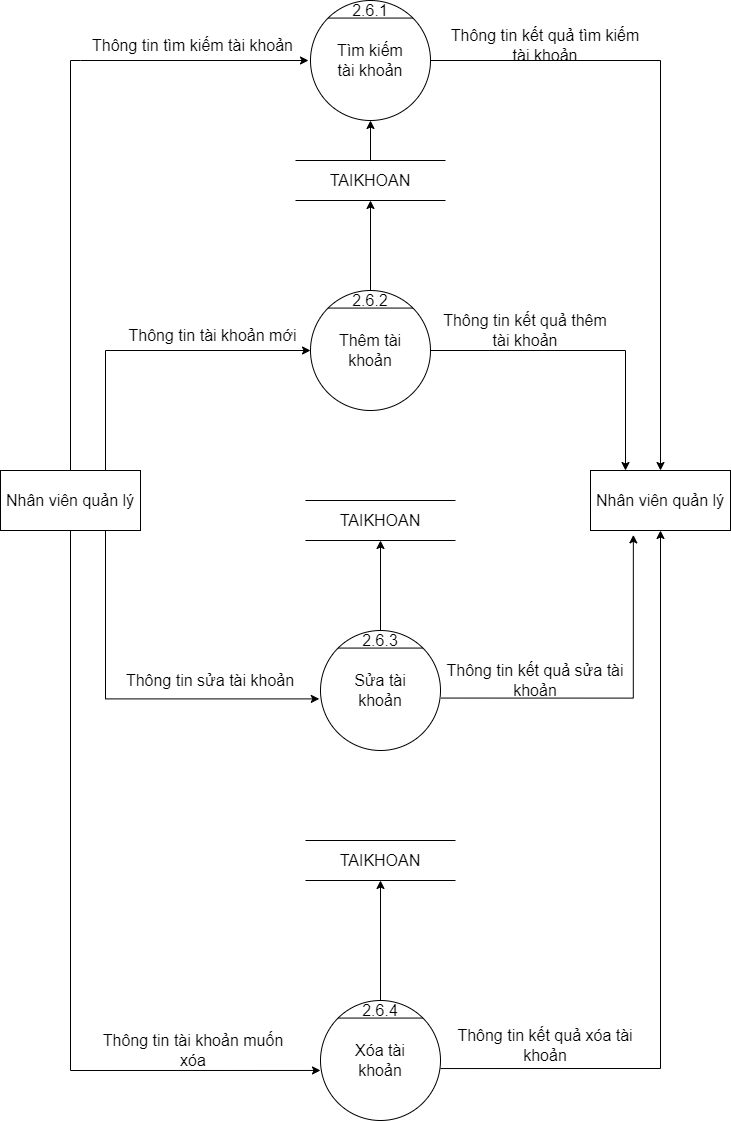
Above: BFD&DFD/BFD&DFD mức 0, 1, 2, 3/DFD_2_Account.png in hungtadasuke/CoffeShop_SoftwareTechnology (draw.io), before the change. Source tidied: cells renumbered, new cells last; positions are measured from the earlier drawing's top-left corner, leaving out a move shared by most shapes.
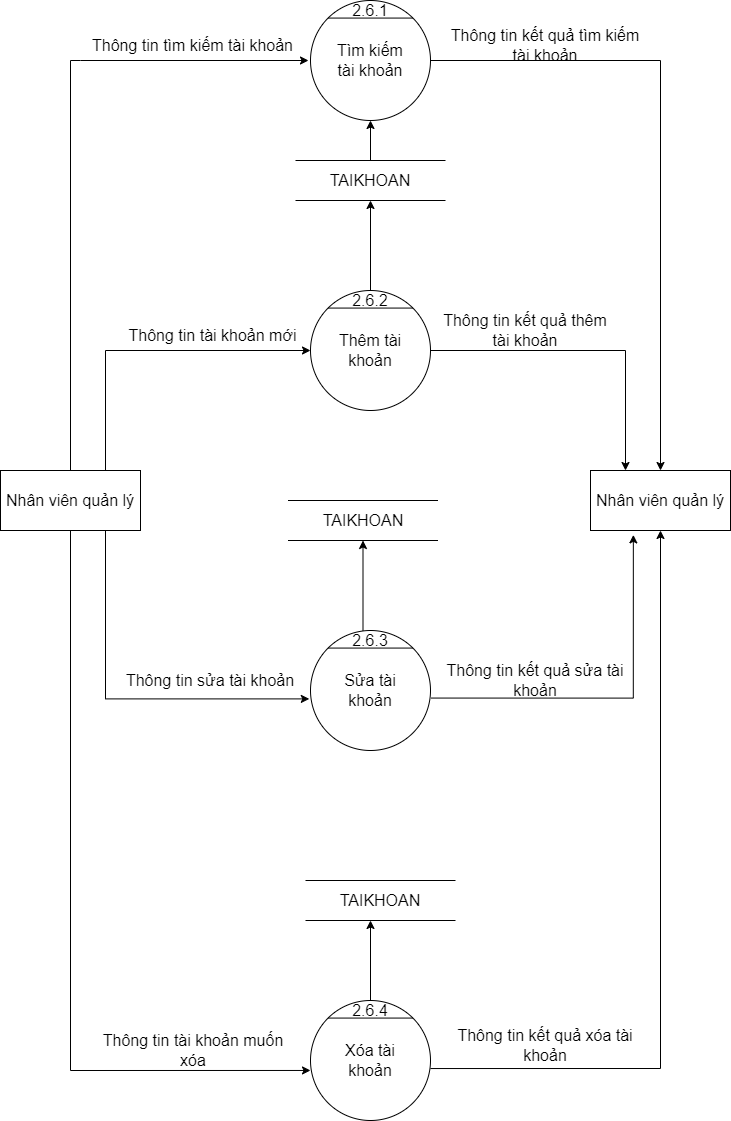
After the change.

Diff of the diagram source:
```diff
@@ -21,13 +21,13 @@
       <mxGeometry x="330" y="335" width="80" height="30" as="geometry" />
     </mxCell>
     <mxCell id="8" style="ellipse;whiteSpace=wrap;html=1;fontSize=16;" parent="1" vertex="1">
-      <mxGeometry x="320" y="630" width="120" height="120" as="geometry" />
+      <mxGeometry x="310" y="630" width="120" height="120" as="geometry" />
     </mxCell>
     <mxCell id="9" style="endArrow=none;html=1;rounded=0;exitX=0;exitY=0;exitDx=0;exitDy=0;entryX=1;entryY=0;entryDx=0;entryDy=0;fontSize=16;" parent="1" edge="1" source="8" target="8">
       <mxGeometry relative="1" as="geometry" />
     </mxCell>
     <mxCell id="10" value="&lt;font style=&quot;font-size: 16px&quot;&gt;Sửa tài khoản&lt;/font&gt;" style="text;html=1;strokeColor=none;fillColor=none;align=center;verticalAlign=middle;whiteSpace=wrap;rounded=0;fontSize=16;" parent="1" vertex="1">
-      <mxGeometry x="340" y="675" width="80" height="30" as="geometry" />
+      <mxGeometry x="330" y="675" width="80" height="30" as="geometry" />
     </mxCell>
     <mxCell id="11" value="Nhân viên quản lý" style="rounded=0;whiteSpace=wrap;html=1;fontSize=16;" parent="1" vertex="1">
       <mxGeometry y="470" width="140" height="60" as="geometry" />
@@ -42,7 +42,7 @@
       <mxGeometry x="350" y="290" width="40" height="20" as="geometry" />
     </mxCell>
     <mxCell id="15" value="&lt;font style=&quot;font-size: 16px&quot;&gt;2.6.3&lt;/font&gt;" style="text;html=1;strokeColor=none;fillColor=none;align=center;verticalAlign=middle;whiteSpace=wrap;rounded=0;" parent="1" vertex="1">
-      <mxGeometry x="350" y="630" width="60" height="20" as="geometry" />
+      <mxGeometry x="340" y="630" width="60" height="20" as="geometry" />
     </mxCell>
     <mxCell id="16" style="edgeStyle=segmentEdgeStyle;endArrow=classic;html=1;rounded=0;fontSize=16;exitX=0.5;exitY=0;exitDx=0;exitDy=0;" parent="1" edge="1" source="11">
       <mxGeometry relative="1" as="geometry">
@@ -80,12 +80,12 @@
       <mxGeometry x="440" y="30" width="210" height="30" as="geometry" />
     </mxCell>
     <mxCell id="23" value="TAIKHOAN" style="shape=partialRectangle;whiteSpace=wrap;html=1;left=0;right=0;fillColor=none;fontSize=16;" parent="1" vertex="1">
-      <mxGeometry x="305" y="500" width="150" height="40" as="geometry" />
+      <mxGeometry x="287.5" y="500" width="150" height="40" as="geometry" />
     </mxCell>
     <mxCell id="24" style="endArrow=classic;html=1;rounded=0;fontSize=16;entryX=0.5;entryY=1;entryDx=0;entryDy=0;exitX=0.5;exitY=0;exitDx=0;exitDy=0;" parent="1" edge="1" source="20" target="2">
       <mxGeometry relative="1" as="geometry" />
     </mxCell>
-    <mxCell id="25" style="endArrow=classic;html=1;rounded=0;fontSize=16;entryX=0.5;entryY=1;entryDx=0;entryDy=0;exitX=0.5;exitY=0;exitDx=0;exitDy=0;" parent="1" edge="1" source="15" target="23">
+    <mxCell id="25" style="endArrow=classic;html=1;rounded=0;fontSize=16;entryX=0.5;entryY=1;entryDx=0;entryDy=0;exitX=0.375;exitY=0;exitDx=0;exitDy=0;exitPerimeter=0;" parent="1" edge="1" source="15" target="23">
       <mxGeometry relative="1" as="geometry" />
     </mxCell>
     <mxCell id="26" value="Thông tin tài khoản mới" style="text;html=1;strokeColor=none;fillColor=none;align=center;verticalAlign=middle;whiteSpace=wrap;rounded=0;fontSize=16;" parent="1" vertex="1">
@@ -104,16 +104,16 @@
       <mxGeometry x="445" y="660" width="180" height="40" as="geometry" />
     </mxCell>
     <mxCell id="31" style="ellipse;whiteSpace=wrap;html=1;fontSize=16;" parent="1" vertex="1">
-      <mxGeometry x="320" y="1000" width="120" height="120" as="geometry" />
+      <mxGeometry x="310" y="1000" width="120" height="120" as="geometry" />
     </mxCell>
     <mxCell id="32" style="endArrow=none;html=1;rounded=0;exitX=0;exitY=0;exitDx=0;exitDy=0;entryX=1;entryY=0;entryDx=0;entryDy=0;fontSize=16;" parent="1" edge="1" source="31" target="31">
       <mxGeometry relative="1" as="geometry" />
     </mxCell>
     <mxCell id="33" value="&lt;font style=&quot;font-size: 16px&quot;&gt;Xóa tài khoản&lt;/font&gt;" style="text;html=1;strokeColor=none;fillColor=none;align=center;verticalAlign=middle;whiteSpace=wrap;rounded=0;fontSize=16;" parent="1" vertex="1">
-      <mxGeometry x="340" y="1045" width="80" height="30" as="geometry" />
+      <mxGeometry x="330" y="1045" width="80" height="30" as="geometry" />
     </mxCell>
     <mxCell id="34" value="&lt;font style=&quot;font-size: 16px&quot;&gt;2.6.4&lt;/font&gt;" style="text;html=1;strokeColor=none;fillColor=none;align=center;verticalAlign=middle;whiteSpace=wrap;rounded=0;" parent="1" vertex="1">
-      <mxGeometry x="360" y="1000" width="40" height="20" as="geometry" />
+      <mxGeometry x="350" y="1000" width="40" height="20" as="geometry" />
     </mxCell>
     <mxCell id="35" style="edgeStyle=segmentEdgeStyle;endArrow=classic;html=1;rounded=0;exitX=0.75;exitY=0;exitDx=0;exitDy=0;entryX=0;entryY=0.5;entryDx=0;entryDy=0;" parent="1" edge="1" source="11" target="5">
       <mxGeometry relative="1" as="geometry">
@@ -126,10 +126,12 @@
       <mxGeometry relative="1" as="geometry" />
     </mxCell>
     <mxCell id="37" value="TAIKHOAN" style="shape=partialRectangle;whiteSpace=wrap;html=1;left=0;right=0;fillColor=none;fontSize=16;" parent="1" vertex="1">
-      <mxGeometry x="305" y="840" width="150" height="40" as="geometry" />
+      <mxGeometry x="305" y="880" width="150" height="40" as="geometry" />
     </mxCell>
-    <mxCell id="38" style="endArrow=classic;html=1;rounded=0;fontSize=16;exitX=0.5;exitY=0;exitDx=0;exitDy=0;entryX=0.5;entryY=1;entryDx=0;entryDy=0;" parent="1" edge="1" source="34" target="37">
-      <mxGeometry relative="1" as="geometry" />
+    <mxCell id="38" style="endArrow=classic;html=1;rounded=0;fontSize=16;exitX=0.5;exitY=0;exitDx=0;exitDy=0;" parent="1" edge="1" source="34">
+      <mxGeometry relative="1" as="geometry">
+        <mxPoint x="370" y="920" as="targetPoint" />
+      </mxGeometry>
     </mxCell>
     <mxCell id="39" style="edgeStyle=segmentEdgeStyle;endArrow=classic;html=1;rounded=0;exitX=0.5;exitY=1;exitDx=0;exitDy=0;entryX=0;entryY=0.583;entryDx=0;entryDy=0;entryPerimeter=0;" parent="1" edge="1" source="11" target="31">
       <mxGeometry relative="1" as="geometry">
@@ -147,7 +149,7 @@
     <mxCell id="42" value="Thông tin kết quả xóa tài khoản" style="text;html=1;strokeColor=none;fillColor=none;align=center;verticalAlign=middle;whiteSpace=wrap;rounded=0;fontSize=16;" parent="1" vertex="1">
       <mxGeometry x="455" y="1020" width="180" height="50" as="geometry" />
     </mxCell>
-    <mxCell id="43" style="endArrow=classic;html=1;rounded=0;fontSize=16;entryX=0.5;entryY=1;entryDx=0;entryDy=0;exitX=0.5;exitY=0;exitDx=0;exitDy=0;" parent="1" edge="1" source="14" target="20">
+    <mxCell id="43" style="endArrow=classic;html=1;rounded=0;fontSize=16;exitX=0.5;exitY=0;exitDx=0;exitDy=0;entryX=0.5;entryY=1;entryDx=0;entryDy=0;" parent="1" edge="1" source="14" target="20">
       <mxGeometry relative="1" as="geometry" />
     </mxCell>
   </root>
```
